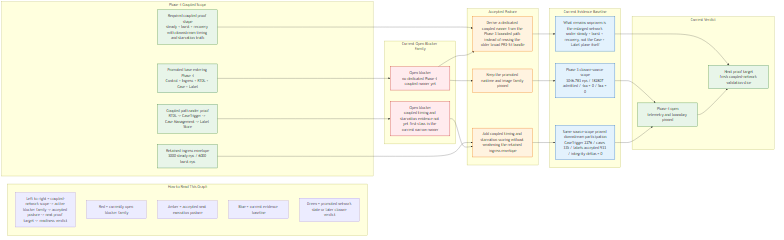
EsosaOrumwese/fraud-detection-system keeps this Mermaid diagram as docs/design/platform/dev_full/graph/readiness/dev_full_case_label_coupled_readiness_delta_current_v0.mermaid.png. Above is the earlier version. Its source is kept beside it as docs/design/platform/dev_full/graph/readiness/dev_full_case_label_coupled_readiness_delta_current_v0.mermaid.mmd. Source of this version:
```mermaid
---
config:
  layout: dagre
  theme: default
---
flowchart LR

  subgraph LEGEND["How to Read This Graph"]
    L1["Left to right = coupled-network scope -> active blocker family -> accepted posture -> next proof target -> readiness verdict"]
    L2["Red = currently open blocker family"]
    L3["Amber = accepted next execution posture"]
    L4["Blue = current evidence baseline"]
    L5["Green = promoted network state or later closure verdict"]
  end

  subgraph COUPLED["Phase 4 Coupled Scope"]
    C0["Promoted base entering Phase 4<br>Control + Ingress + RTDL + Case + Label"]
    C1["Coupled path under proof<br>RTDL -> CaseTrigger -> Case Management -> Label Store"]
    C2["Retained ingress envelope<br>3000 steady eps / 6000 burst eps"]
    C3["Required coupled proof shape<br>steady + burst + recovery with downstream timing and starvation truth"]
  end

  subgraph BLOCKERS["Current Open Blocker Family"]
    B1["Open blocker<br>no dedicated Phase 4 coupled runner yet"]
    B2["Open blocker<br>coupled timing and starvation evidence not yet first-class in the current narrow runner"]
  end

  subgraph POSTURE["Accepted Posture"]
    P1["Keep the promoted runtime and image family pinned"]
    P2["Derive a dedicated coupled runner from the Phase 3 bounded path instead of reusing the older broad PR3-S4 bundle"]
    P3["Add coupled timing and starvation scoring without weakening the retained ingress envelope"]
  end

  subgraph EVIDENCE["Current Evidence Baseline"]
    E1["Phase 3 closure source scope<br>3046.783 eps / 182807 admitted / 4xx = 0 / 5xx = 0"]
    E2["Same source scope proved downstream participation<br>CaseTrigger 2276 / cases 335 / labels accepted 933 / integrity deltas = 0"]
    E3["What remains unproven is the enlarged network under steady + burst + recovery, not the Case + Label plane itself"]
  end

  subgraph VERDICT["Current Verdict"]
    V1["Phase 4 open<br>telemetry and boundary pinned"]
    V2["Next proof target<br>fresh coupled-network validation slice"]
  end

  C0 --> B1
  C1 --> B2
  C2 --> P3
  C3 --> P2

  B1 --> P1
  B1 --> P2
  B2 --> P3

  P1 --> E1
  P2 --> E3
  P3 --> E2

  E1 --> V1
  E2 --> V1
  E3 --> V2
  V1 --> V2

  classDef comp fill:#e8f5e9,stroke:#2e7d32,color:#111,stroke-width:1.3px;
  classDef defect fill:#ffebee,stroke:#c62828,color:#111,stroke-width:1.3px;
  classDef fix fill:#fff3e0,stroke:#ef6c00,color:#111,stroke-width:1.3px;
  classDef metric fill:#e3f2fd,stroke:#1565c0,color:#111,stroke-width:1.3px;

  class C0,C1,C2,C3 comp;
  class B1,B2 defect;
  class P1,P2,P3 fix;
  class E1,E2,E3 metric;
  class V1,V2 comp;
```
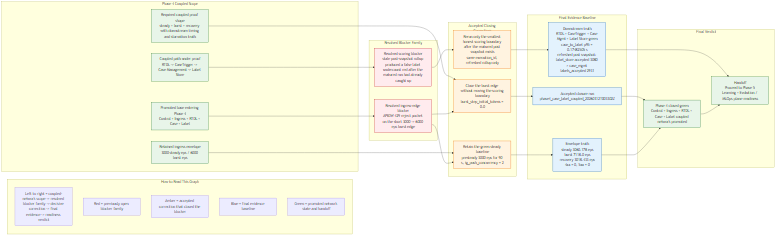
Later version of the same file.

Diff of the diagram source:
```diff
@@ -6,11 +6,11 @@
 flowchart LR
 
   subgraph LEGEND["How to Read This Graph"]
-    L1["Left to right = coupled-network scope -> active blocker family -> accepted posture -> next proof target -> readiness verdict"]
-    L2["Red = currently open blocker family"]
-    L3["Amber = accepted next execution posture"]
-    L4["Blue = current evidence baseline"]
-    L5["Green = promoted network state or later closure verdict"]
+    L1["Left to right = coupled-network scope -> resolved blocker family -> decisive correction -> final evidence -> readiness verdict"]
+    L2["Red = previously open blocker family"]
+    L3["Amber = accepted correction that closed the blocker"]
+    L4["Blue = final evidence baseline"]
+    L5["Green = promoted network state and handoff"]
   end
 
   subgraph COUPLED["Phase 4 Coupled Scope"]
@@ -20,40 +20,40 @@
     C3["Required coupled proof shape<br>steady + burst + recovery with downstream timing and starvation truth"]
   end
 
-  subgraph BLOCKERS["Current Open Blocker Family"]
-    B1["Open blocker<br>no dedicated Phase 4 coupled runner yet"]
-    B2["Open blocker<br>coupled timing and starvation evidence not yet first-class in the current narrow runner"]
+  subgraph BLOCKERS["Resolved Blocker Family"]
+    B1["Resolved ingress-edge blocker<br>APIGW 429 reject pocket on the short 3000 -> 6000 eps burst edge"]
+    B2["Resolved scoring blocker<br>stale post-snapshot rollup produced a false label undercount red after the matured run had already caught up"]
   end
 
-  subgraph POSTURE["Accepted Posture"]
-    P1["Keep the promoted runtime and image family pinned"]
-    P2["Derive a dedicated coupled runner from the Phase 3 bounded path instead of reusing the older broad PR3-S4 bundle"]
-    P3["Add coupled timing and starvation scoring without weakening the retained ingress envelope"]
+  subgraph POSTURE["Accepted Closing Corrections"]
+    P1["Retain the green steady baseline<br>presteady 3000 eps for 90 s, ig_push_concurrency = 2"]
+    P2["Close the burst edge without moving the scoring boundary<br>burst_step_initial_tokens = 0.0"]
+    P3["Rerun only the smallest honest scoring boundary after the matured post snapshot exists<br>same execution_id, refreshed rollup only"]
   end
 
-  subgraph EVIDENCE["Current Evidence Baseline"]
-    E1["Phase 3 closure source scope<br>3046.783 eps / 182807 admitted / 4xx = 0 / 5xx = 0"]
-    E2["Same source scope proved downstream participation<br>CaseTrigger 2276 / cases 335 / labels accepted 933 / integrity deltas = 0"]
-    E3["What remains unproven is the enlarged network under steady + burst + recovery, not the Case + Label plane itself"]
+  subgraph EVIDENCE["Final Evidence Baseline"]
+    E1["Accepted closure run<br>phase4_case_label_coupled_20260312T003302Z"]
+    E2["Envelope truth<br>steady 3060.178 eps<br>burst 7118.0 eps<br>recovery 3018.433 eps<br>4xx = 0, 5xx = 0"]
+    E3["Downstream truth<br>RTDL + CaseTrigger + Case Mgmt + Label Store green<br>case_to_label p95 = 0.17482505 s<br>refreshed post snapshot: label_store accepted 3080 > case_mgmt labels_accepted 2931"]
   end
 
-  subgraph VERDICT["Current Verdict"]
-    V1["Phase 4 open<br>telemetry and boundary pinned"]
-    V2["Next proof target<br>fresh coupled-network validation slice"]
+  subgraph VERDICT["Final Verdict"]
+    V1["Phase 4 closed green<br>Control + Ingress + RTDL + Case + Label coupled network promoted"]
+    V2["Handoff<br>Proceed to Phase 5 Learning + Evolution / MLOps plane readiness"]
   end
 
   C0 --> B1
   C1 --> B2
-  C2 --> P3
+  C2 --> P1
   C3 --> P2
 
   B1 --> P1
   B1 --> P2
   B2 --> P3
 
-  P1 --> E1
-  P2 --> E3
-  P3 --> E2
+  P1 --> E2
+  P2 --> E1
+  P3 --> E3
 
   E1 --> V1
   E2 --> V1
@@ -65,8 +65,7 @@
   classDef fix fill:#fff3e0,stroke:#ef6c00,color:#111,stroke-width:1.3px;
   classDef metric fill:#e3f2fd,stroke:#1565c0,color:#111,stroke-width:1.3px;
 
-  class C0,C1,C2,C3 comp;
+  class C0,C1,C2,C3,V1,V2 comp;
   class B1,B2 defect;
   class P1,P2,P3 fix;
   class E1,E2,E3 metric;
-  class V1,V2 comp;
```
